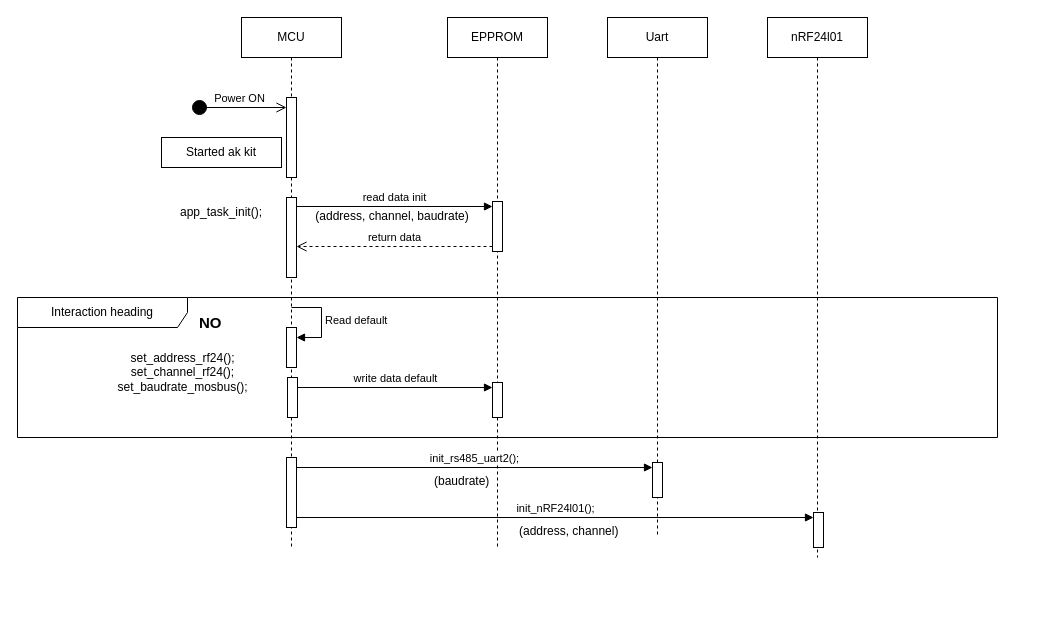
The draw.io diagram page "init_data_on_flash" (1 of 2) of Sequence_wireless_rs485.drawio in QuocBuu/drawio, before the edit. Source tidied: cells renumbered, new cells numbered last; positions are measured from the earlier drawing's top-left corner, leaving out a move shared by most shapes. Both pictures are drawn from the tidied source at 100%, with x=0, y=0 at pixel (17, 17).
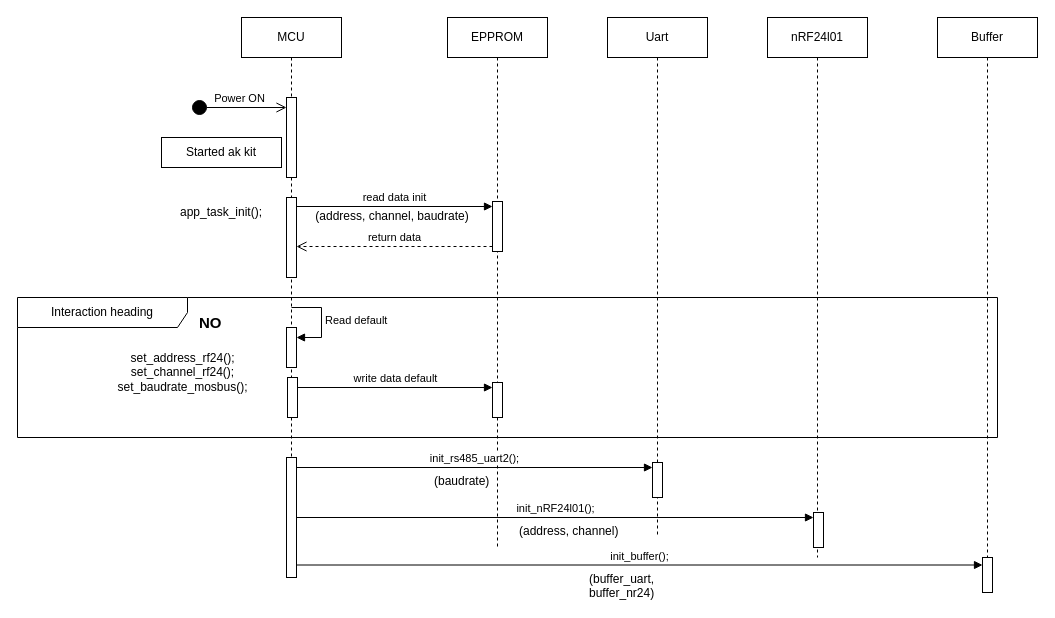
The same page after the edit.

The edit, as a diff of the source:
```diff
@@
     <mxCell id="2" value="MCU" style="shape=umlLifeline;perimeter=lifelinePerimeter;whiteSpace=wrap;html=1;newEdgeStyle={&quot;curved&quot;:0,&quot;rounded&quot;:0};" parent="1" vertex="1">
-      <mxGeometry x="224" width="100" height="530" as="geometry" />
+      <mxGeometry x="224" width="100" height="560" as="geometry" />
     </mxCell>
@@
     <mxCell id="7" style="html=1;points=[[0,0,0,0,5],[0,1,0,0,-5],[1,0,0,0,5],[1,1,0,0,-5]];perimeter=orthogonalPerimeter;outlineConnect=0;targetShapes=umlLifeline;portConstraint=eastwest;newEdgeStyle={&quot;curved&quot;:0,&quot;rounded&quot;:0};" parent="2" vertex="1">
-      <mxGeometry x="45" y="440" width="10" height="70" as="geometry" />
+      <mxGeometry x="45" y="440" width="10" height="120" as="geometry" />
     </mxCell>
@@
+    <mxCell id="30" value="Buffer" style="shape=umlLifeline;perimeter=lifelinePerimeter;whiteSpace=wrap;html=1;newEdgeStyle={&quot;curved&quot;:0,&quot;rounded&quot;:0};" parent="1" vertex="1">
+      <mxGeometry x="920" width="100" height="540" as="geometry" />
+    </mxCell>
+    <mxCell id="31" style="html=1;perimeter=orthogonalPerimeter;targetShapes=umlLifeline;newEdgeStyle={&quot;curved&quot;:0,&quot;rounded&quot;:0};" parent="1" vertex="1">
+      <mxGeometry x="965" y="540" width="10" height="35" as="geometry" />
+    </mxCell>
+    <mxCell id="32" value="init_buffer();" style="html=1;verticalAlign=bottom;endArrow=block;curved=0;rounded=0;entryX=0;entryY=0;entryDx=0;entryDy=5;" parent="1" edge="1" source="7">
+      <mxGeometry relative="1" as="geometry">
+        <mxPoint x="965" y="547.5" as="targetPoint" />
+      </mxGeometry>
+    </mxCell>
+    <mxCell id="33" value="(buffer_uart, buffer_nr24)" style="text;whiteSpace=wrap;html=1;" parent="1" vertex="1">
+      <mxGeometry x="570" y="547.5" width="120" height="20" as="geometry" />
+    </mxCell>
```
